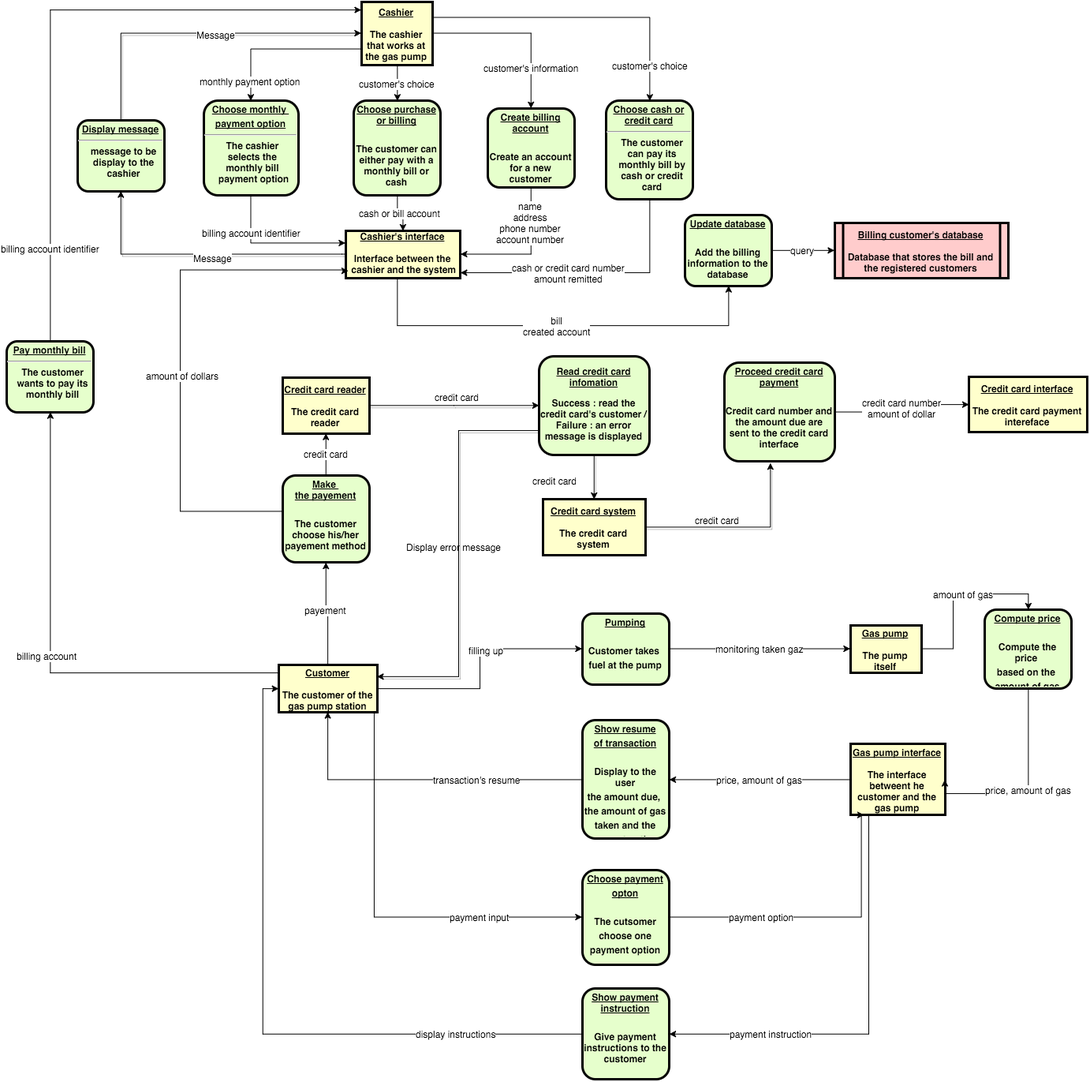
The draw.io diagram Assignment 1/data-flow-diagram.png in ahauet/LINGI2251_Development_Methods, before a commit. Source tidied: cells renumbered, new cells last; positions are measured from the earlier drawing's top-left corner, leaving out a move shared by most shapes.
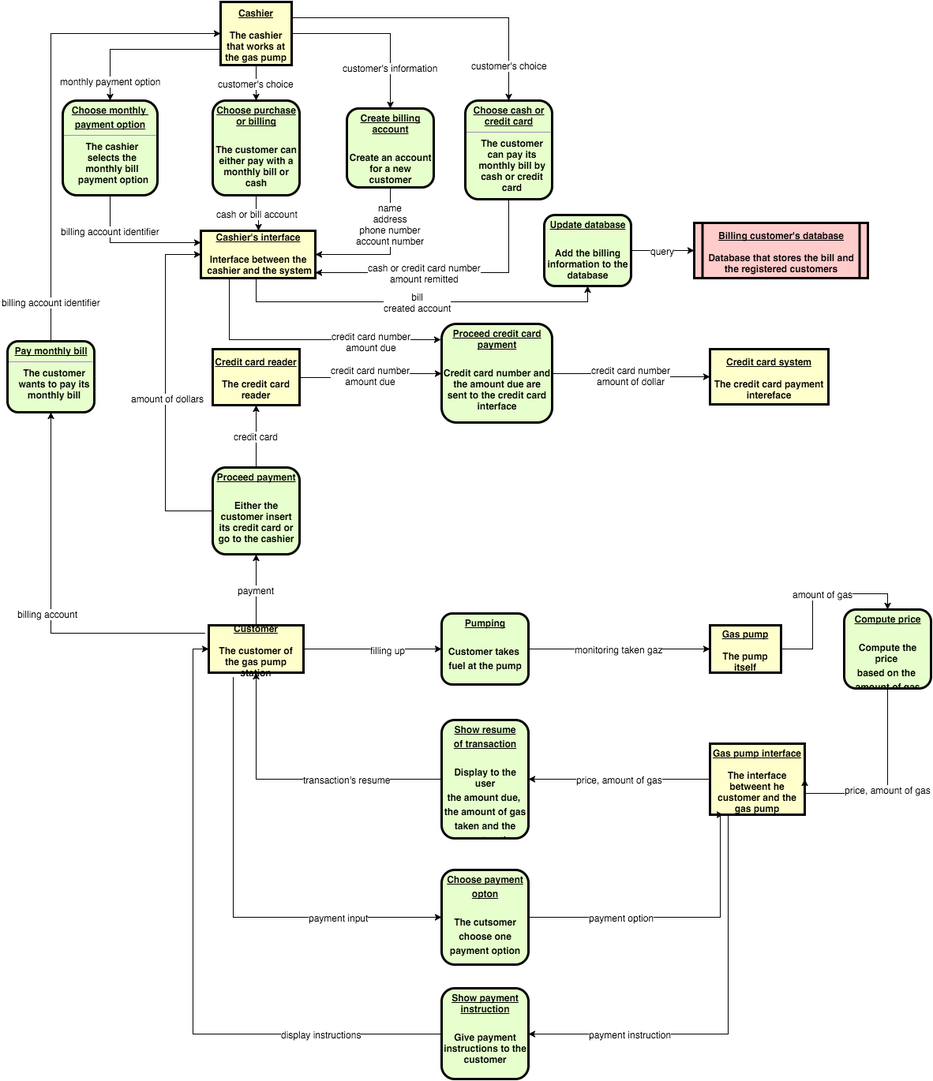
After the change.

What changed in the source:
```diff
@@ -17,11 +17,11 @@
         </Array>
       </mxGeometry>
     </mxCell>
-    <mxCell id="5" value="payement" style="edgeStyle=orthogonalEdgeStyle;rounded=0;html=1;exitX=0.5;exitY=0;entryX=0.5;entryY=1;jettySize=auto;fontSize=12;" parent="1" edge="1" source="6" target="35">
-      <mxGeometry x="0.09" relative="1" as="geometry" />
+    <mxCell id="5" value="payment" style="edgeStyle=orthogonalEdgeStyle;rounded=0;html=1;exitX=0.5;exitY=0;entryX=0.5;entryY=1;jettySize=auto;fontSize=12;" parent="1" edge="1" source="6" target="35">
+      <mxGeometry relative="1" as="geometry" />
     </mxCell>
     <mxCell id="6" value="&lt;u&gt;Customer&lt;/u&gt;&lt;div&gt;&lt;u&gt;&lt;br&gt;&lt;/u&gt;&lt;/div&gt;&lt;div&gt;The customer of the gas pump station&lt;/div&gt;" style="whiteSpace=wrap;align=center;verticalAlign=middle;fontStyle=1;strokeWidth=3;fillColor=#FFFFCC;html=1;" parent="1" vertex="1">
-      <mxGeometry x="345" y="840" width="125" height="60" as="geometry" />
+      <mxGeometry x="435" y="790" width="120" height="60" as="geometry" />
     </mxCell>
     <mxCell id="7" value="monitoring taken gaz" style="edgeStyle=orthogonalEdgeStyle;rounded=0;html=1;exitX=1;exitY=0.5;entryX=0;entryY=0.5;jettySize=auto;fontSize=12;" parent="1" edge="1" source="8" target="10">
       <mxGeometry relative="1" as="geometry" />
@@ -83,39 +83,34 @@
     <mxCell id="20" value="bill&lt;div&gt;created account&lt;/div&gt;" style="edgeStyle=orthogonalEdgeStyle;rounded=0;html=1;exitX=0.5;exitY=1;entryX=0.5;entryY=1;jettySize=auto;fontSize=12;" parent="1" edge="1" source="23" target="51">
       <mxGeometry relative="1" as="geometry">
         <Array as="points">
-          <mxPoint x="495" y="350" />
-          <mxPoint x="495" y="410" />
-          <mxPoint x="915" y="410" />
+          <mxPoint x="495" y="380" />
+          <mxPoint x="915" y="380" />
         </Array>
       </mxGeometry>
     </mxCell>
-    <mxCell id="21" style="edgeStyle=orthogonalEdgeStyle;rounded=0;html=1;exitX=0;exitY=0.25;entryX=0.5;entryY=1;shadow=1;jettySize=auto;" parent="1" edge="1" source="23" target="63">
-      <mxGeometry relative="1" as="geometry">
-        <Array as="points">
-          <mxPoint x="425" y="320" />
-          <mxPoint x="150" y="320" />
-        </Array>
-      </mxGeometry>
-    </mxCell>
-    <mxCell id="22" value="Message" style="text;html=1;align=center;verticalAlign=middle;labelBackgroundColor=#ffffff;" parent="21" vertex="1">
-      <mxGeometry x="-0.03" y="4" relative="1" as="geometry" />
-    </mxCell>
+    <mxCell id="72" style="edgeStyle=orthogonalEdgeStyle;rounded=0;html=1;exitX=0.25;exitY=1;entryX=-0.007;entryY=0.16;entryPerimeter=0;jettySize=auto;fontSize=12;" parent="1" edge="1" source="23" target="37">
+      <mxGeometry relative="1" as="geometry">
+        <Array as="points">
+          <mxPoint x="461" y="428" />
+        </Array>
+      </mxGeometry>
+    </mxCell>
+    <mxCell id="73" value="credit card number&lt;div&gt;amount due&lt;/div&gt;" style="text;html=1;align=center;verticalAlign=middle;labelBackgroundColor=#ffffff;" parent="72" vertex="1">
+      <mxGeometry y="-3" relative="1" as="geometry">
+        <mxPoint x="84" y="-1" as="offset" />
+      </mxGeometry>
+    </mxCell>
     <mxCell id="23" value="&lt;u&gt;Cashier's interface&lt;/u&gt;&lt;div&gt;&lt;br&gt;&lt;/div&gt;&lt;div&gt;Interface between the&lt;/div&gt;&lt;div&gt;&amp;nbsp;cashier and the system&lt;/div&gt;" style="verticalAlign=middle;align=center;overflow=fill;fontSize=12;fontFamily=Helvetica;html=1;rounded=0;fontStyle=1;strokeWidth=3;fillColor=#FFFFCC;fontColor=#000000;strokeColor=#000000;whiteSpace=wrap;" parent="1" vertex="1">
-      <mxGeometry x="430" y="290" width="145" height="60" as="geometry" />
+      <mxGeometry x="425" y="290" width="145" height="60" as="geometry" />
     </mxCell>
-    <mxCell id="24" style="edgeStyle=orthogonalEdgeStyle;rounded=0;html=1;exitX=1;exitY=0.5;shadow=1;jettySize=auto;" parent="1" edge="1" source="26" target="66">
-      <mxGeometry relative="1" as="geometry" />
-    </mxCell>
-    <mxCell id="25" value="credit card" style="text;html=1;align=center;verticalAlign=middle;labelBackgroundColor=#ffffff;" parent="24" vertex="1">
-      <mxGeometry x="0.01" y="-19" relative="1" as="geometry">
-        <mxPoint x="2" y="-30" as="offset" />
-      </mxGeometry>
-    </mxCell>
+    <mxCell id="74" value="credit card number&lt;div&gt;amount due&lt;/div&gt;" style="edgeStyle=orthogonalEdgeStyle;rounded=0;html=1;exitX=1;exitY=0.5;entryX=0;entryY=0.5;jettySize=auto;fontSize=12;" parent="1" edge="1" source="26" target="37">
+      <mxGeometry relative="1" as="geometry" />
+    </mxCell>
     <mxCell id="26" value="&lt;u&gt;Credit card reader&lt;/u&gt;&lt;div&gt;&lt;br&gt;&lt;/div&gt;&lt;div&gt;The credit card reader&lt;/div&gt;" style="whiteSpace=wrap;align=center;verticalAlign=middle;fontStyle=1;strokeWidth=3;fillColor=#FFFFCC;html=1;" parent="1" vertex="1">
-      <mxGeometry x="350" y="476" width="110" height="71" as="geometry" />
+      <mxGeometry x="440" y="440" width="110" height="71" as="geometry" />
     </mxCell>
-    <mxCell id="27" value="&lt;u&gt;Credit card interface&lt;/u&gt;&lt;div&gt;&lt;br&gt;&lt;/div&gt;&lt;div&gt;The credit card payment intereface&lt;/div&gt;" style="whiteSpace=wrap;align=center;verticalAlign=middle;fontStyle=1;strokeWidth=3;fillColor=#FFFFCC;html=1;" parent="1" vertex="1">
-      <mxGeometry x="1220" y="475" width="150" height="70" as="geometry" />
+    <mxCell id="27" value="&lt;u&gt;Credit card system&lt;/u&gt;&lt;div&gt;&lt;br&gt;&lt;/div&gt;&lt;div&gt;The credit card payment intereface&lt;/div&gt;" style="whiteSpace=wrap;align=center;verticalAlign=middle;fontStyle=1;strokeWidth=3;fillColor=#FFFFCC;html=1;" parent="1" vertex="1">
+      <mxGeometry x="1070" y="440" width="150" height="70" as="geometry" />
     </mxCell>
     <mxCell id="28" value="display instructions" style="edgeStyle=orthogonalEdgeStyle;rounded=0;html=1;exitX=0;exitY=0.5;entryX=0;entryY=0.5;jettySize=auto;fontSize=12;" parent="1" edge="1" source="29" target="6">
       <mxGeometry x="-0.63" relative="1" as="geometry" />
@@ -126,23 +121,20 @@
     <mxCell id="30" value="credit card" style="edgeStyle=orthogonalEdgeStyle;rounded=0;html=1;exitX=0.5;exitY=0;entryX=0.5;entryY=1;jettySize=auto;fontSize=12;" parent="1" edge="1" source="35" target="26">
       <mxGeometry relative="1" as="geometry" />
     </mxCell>
-    <mxCell id="31" style="edgeStyle=orthogonalEdgeStyle;rounded=0;html=1;exitX=0;exitY=0.5;jettySize=auto;fontSize=12;entryX=0.019;entryY=0.854;entryPerimeter=0;" parent="1" edge="1" source="35" target="23">
+    <mxCell id="31" style="edgeStyle=orthogonalEdgeStyle;rounded=0;html=1;exitX=0;exitY=0.5;entryX=0;entryY=0.5;jettySize=auto;fontSize=12;" parent="1" edge="1" source="35" target="23">
       <mxGeometry relative="1" as="geometry">
         <Array as="points">
-          <mxPoint x="220" y="645" />
-          <mxPoint x="220" y="340" />
-          <mxPoint x="428" y="340" />
+          <mxPoint x="380" y="645" />
+          <mxPoint x="380" y="320" />
         </Array>
       </mxGeometry>
     </mxCell>
     <mxCell id="32" value="amount of dollars" style="text;html=1;align=center;verticalAlign=middle;labelBackgroundColor=#ffffff;fontSize=12;" parent="31" vertex="1">
       <mxGeometry x="-0.05" y="-2" relative="1" as="geometry" />
     </mxCell>
-    <mxCell id="33" style="edgeStyle=orthogonalEdgeStyle;rounded=0;html=1;entryX=0.5;entryY=1;jettySize=auto;fontSize=12;exitX=0;exitY=0.25;" parent="1" edge="1" source="6" target="54">
+    <mxCell id="33" style="edgeStyle=orthogonalEdgeStyle;rounded=0;html=1;entryX=0.5;entryY=1;jettySize=auto;fontSize=12;" parent="1" edge="1" target="54">
       <mxGeometry relative="1" as="geometry">
-        <Array as="points">
-          <mxPoint x="55" y="850" />
-        </Array>
+        <mxPoint x="430" y="800" as="sourcePoint" />
       </mxGeometry>
     </mxCell>
     <mxCell id="34" value="billing account" style="text;html=1;align=center;verticalAlign=middle;labelBackgroundColor=#ffffff;" parent="33" vertex="1">
@@ -150,14 +142,14 @@
         <mxPoint x="-3" y="85" as="offset" />
       </mxGeometry>
     </mxCell>
-    <mxCell id="35" value="&lt;p style=&quot;margin: 0px ; margin-top: 4px ; text-align: center ; text-decoration: underline&quot;&gt;Make&amp;nbsp;&lt;br&gt;the payement&lt;/p&gt;&lt;p style=&quot;margin: 0px ; margin-top: 4px ; text-align: center ; text-decoration: underline&quot;&gt;&lt;br&gt;&lt;/p&gt;&lt;p style=&quot;margin: 4px 0px 0px ; text-align: center&quot;&gt;The customer choose his/her payement method&lt;/p&gt;" style="verticalAlign=middle;align=center;overflow=fill;fontSize=12;fontFamily=Helvetica;html=1;rounded=1;fontStyle=1;strokeWidth=3;fillColor=#E6FFCC;whiteSpace=wrap;" parent="1" vertex="1">
-      <mxGeometry x="350" y="600" width="110" height="110" as="geometry" />
+    <mxCell id="35" value="&lt;p style=&quot;margin: 0px ; margin-top: 4px ; text-align: center ; text-decoration: underline&quot;&gt;Proceed payment&lt;/p&gt;&lt;p style=&quot;margin: 0px ; margin-top: 4px ; text-align: center ; text-decoration: underline&quot;&gt;&lt;br&gt;&lt;/p&gt;&lt;p style=&quot;margin: 4px 0px 0px ; text-align: center&quot;&gt;Either the customer insert its credit card or go to the cashier&lt;/p&gt;" style="verticalAlign=middle;align=center;overflow=fill;fontSize=12;fontFamily=Helvetica;html=1;rounded=1;fontStyle=1;strokeWidth=3;fillColor=#E6FFCC;whiteSpace=wrap;" parent="1" vertex="1">
+      <mxGeometry x="440" y="590" width="110" height="110" as="geometry" />
     </mxCell>
     <mxCell id="36" value="credit card number&lt;div&gt;amount of dollar&lt;/div&gt;" style="edgeStyle=orthogonalEdgeStyle;rounded=0;html=1;exitX=1;exitY=0.5;entryX=0;entryY=0.5;jettySize=auto;fontSize=12;" parent="1" edge="1" source="37" target="27">
       <mxGeometry relative="1" as="geometry" />
     </mxCell>
     <mxCell id="37" value="&lt;p style=&quot;margin: 0px ; margin-top: 4px ; text-align: center ; text-decoration: underline&quot;&gt;Proceed credit card payment&lt;/p&gt;&lt;p style=&quot;margin: 0px ; margin-top: 4px ; text-align: center ; text-decoration: underline&quot;&gt;&lt;br&gt;&lt;/p&gt;&lt;p style=&quot;margin: 4px 0px 0px ; text-align: center&quot;&gt;Credit card number and the amount due are sent to the credit card interface&lt;/p&gt;" style="verticalAlign=middle;align=center;overflow=fill;fontSize=12;fontFamily=Helvetica;html=1;rounded=1;fontStyle=1;strokeWidth=3;fillColor=#E6FFCC;whiteSpace=wrap;" parent="1" vertex="1">
-      <mxGeometry x="910" y="457" width="140" height="125" as="geometry" />
+      <mxGeometry x="730" y="408" width="140" height="125" as="geometry" />
     </mxCell>
     <mxCell id="38" value="customer's choice" style="edgeStyle=orthogonalEdgeStyle;rounded=0;html=1;exitX=0.5;exitY=1;entryX=0.5;entryY=0;jettySize=auto;fontSize=12;" parent="1" edge="1" source="44" target="46">
       <mxGeometry relative="1" as="geometry" />
@@ -211,14 +203,8 @@
     <mxCell id="51" value="&lt;p style=&quot;margin: 0px ; margin-top: 4px ; text-align: center ; text-decoration: underline&quot;&gt;Update database&lt;/p&gt;&lt;p style=&quot;margin: 0px ; margin-top: 4px ; text-align: center ; text-decoration: underline&quot;&gt;&lt;br&gt;&lt;/p&gt;&lt;p style=&quot;margin: 4px 0px 0px ; text-align: center&quot;&gt;Add the billing information to the database&lt;/p&gt;" style="verticalAlign=middle;align=center;overflow=fill;fontSize=12;fontFamily=Helvetica;html=1;rounded=1;fontStyle=1;strokeWidth=3;fillColor=#E6FFCC;whiteSpace=wrap;" parent="1" vertex="1">
       <mxGeometry x="860" y="270" width="110" height="90" as="geometry" />
     </mxCell>
-    <mxCell id="52" style="edgeStyle=orthogonalEdgeStyle;rounded=0;html=1;exitX=0.5;exitY=0;jettySize=auto;fontSize=12;" parent="1" edge="1" source="54">
-      <mxGeometry relative="1" as="geometry">
-        <mxPoint x="450" y="10" as="targetPoint" />
-        <Array as="points">
-          <mxPoint x="55" y="10" />
-          <mxPoint x="450" y="10" />
-        </Array>
-      </mxGeometry>
+    <mxCell id="52" style="edgeStyle=orthogonalEdgeStyle;rounded=0;html=1;exitX=0.5;exitY=0;entryX=0;entryY=0.5;jettySize=auto;fontSize=12;" parent="1" edge="1" source="54" target="44">
+      <mxGeometry relative="1" as="geometry" />
     </mxCell>
     <mxCell id="53" value="billing account identifier" style="text;html=1;align=center;verticalAlign=middle;labelBackgroundColor=#ffffff;" parent="52" vertex="1">
       <mxGeometry x="-0.35" y="-4" relative="1" as="geometry">
@@ -226,7 +212,7 @@
       </mxGeometry>
     </mxCell>
     <mxCell id="54" value="&lt;p style=&quot;margin: 0px ; margin-top: 4px ; text-align: center ; text-decoration: underline&quot;&gt;&lt;strong&gt;Pay monthly bill&lt;br&gt;&lt;/strong&gt;&lt;/p&gt;&lt;hr&gt;&lt;p style=&quot;margin: 0px ; margin-left: 8px&quot;&gt;The customer wants to pay its monthly bill&lt;/p&gt;" style="verticalAlign=middle;align=center;overflow=fill;fontSize=12;fontFamily=Helvetica;html=1;rounded=1;fontStyle=1;strokeWidth=3;fillColor=#E6FFCC;whiteSpace=wrap;" parent="1" vertex="1">
-      <mxGeometry y="430" width="110" height="90" as="geometry" />
+      <mxGeometry x="180" y="430" width="110" height="90" as="geometry" />
     </mxCell>
     <mxCell id="55" style="edgeStyle=orthogonalEdgeStyle;rounded=0;html=1;exitX=0.5;exitY=1;entryX=0;entryY=0.25;jettySize=auto;fontSize=12;" parent="1" edge="1" source="57" target="23">
       <mxGeometry relative="1" as="geometry" />
@@ -248,46 +234,5 @@
     <mxCell id="60" value="&lt;p style=&quot;margin: 0px ; margin-top: 4px ; text-align: center ; text-decoration: underline&quot;&gt;&lt;strong&gt;Choose cash or credit card&lt;br&gt;&lt;/strong&gt;&lt;/p&gt;&lt;hr&gt;&lt;p style=&quot;margin: 0px ; margin-left: 8px&quot;&gt;The customer can pay its monthly bill by cash or credit card&lt;/p&gt;" style="verticalAlign=middle;align=center;overflow=fill;fontSize=12;fontFamily=Helvetica;html=1;rounded=1;fontStyle=1;strokeWidth=3;fillColor=#E6FFCC;whiteSpace=wrap;" parent="1" vertex="1">
       <mxGeometry x="760" y="125" width="110" height="125" as="geometry" />
     </mxCell>
-    <mxCell id="61" style="edgeStyle=orthogonalEdgeStyle;rounded=0;html=1;exitX=0.5;exitY=0;shadow=1;jettySize=auto;" parent="1" edge="1" source="63">
-      <mxGeometry relative="1" as="geometry">
-        <mxPoint x="450" y="40" as="targetPoint" />
-        <Array as="points">
-          <mxPoint x="145" y="40" />
-          <mxPoint x="450" y="40" />
-        </Array>
-      </mxGeometry>
-    </mxCell>
-    <mxCell id="62" value="Message" style="text;html=1;align=center;verticalAlign=middle;labelBackgroundColor=#ffffff;" parent="61" vertex="1">
-      <mxGeometry x="0.11" y="-1" relative="1" as="geometry" />
-    </mxCell>
-    <mxCell id="63" value="&lt;p style=&quot;margin: 0px ; margin-top: 4px ; text-align: center ; text-decoration: underline&quot;&gt;Display message&lt;/p&gt;&lt;hr&gt;&lt;p style=&quot;margin: 0px ; margin-left: 8px&quot;&gt;message to be display to the cashier&lt;/p&gt;" style="verticalAlign=middle;align=center;overflow=fill;fontSize=12;fontFamily=Helvetica;html=1;rounded=1;fontStyle=1;strokeWidth=3;fillColor=#E6FFCC;whiteSpace=wrap;" parent="1" vertex="1">
-      <mxGeometry x="90" y="150" width="110" height="90" as="geometry" />
-    </mxCell>
-    <mxCell id="64" style="edgeStyle=orthogonalEdgeStyle;rounded=0;html=1;exitX=0.5;exitY=1;entryX=0.5;entryY=0;shadow=1;jettySize=auto;" parent="1" edge="1" source="66" target="69">
-      <mxGeometry relative="1" as="geometry" />
-    </mxCell>
-    <mxCell id="65" style="edgeStyle=orthogonalEdgeStyle;rounded=0;html=1;exitX=0;exitY=0.75;entryX=1;entryY=0.25;shadow=1;jettySize=auto;" parent="1" edge="1" source="66" target="6">
-      <mxGeometry relative="1" as="geometry" />
-    </mxCell>
-    <mxCell id="66" value="&lt;p&gt;&lt;u&gt;Read credit card infomation&lt;/u&gt;&lt;/p&gt;&lt;p&gt;Success : read the credit card's customer / Failure : an error message&amp;nbsp;is displayed&lt;/p&gt;" style="verticalAlign=middle;align=center;overflow=fill;fontSize=12;fontFamily=Helvetica;html=1;rounded=1;fontStyle=1;strokeWidth=3;fillColor=#E6FFCC;whiteSpace=wrap;" parent="1" vertex="1">
-      <mxGeometry x="675" y="449" width="140" height="125" as="geometry" />
-    </mxCell>
-    <mxCell id="67" style="edgeStyle=orthogonalEdgeStyle;rounded=0;html=1;exitX=1;exitY=0.5;entryX=0.414;entryY=1.022;entryPerimeter=0;shadow=1;jettySize=auto;" parent="1" edge="1" source="69" target="37">
-      <mxGeometry relative="1" as="geometry" />
-    </mxCell>
-    <mxCell id="68" value="credit card" style="text;html=1;align=center;verticalAlign=middle;labelBackgroundColor=#ffffff;" parent="67" vertex="1">
-      <mxGeometry x="-0.01" y="3" relative="1" as="geometry">
-        <mxPoint x="-28" y="-7" as="offset" />
-      </mxGeometry>
-    </mxCell>
-    <mxCell id="69" value="&lt;u&gt;Credit card system&lt;/u&gt;&lt;div&gt;&lt;br&gt;&lt;/div&gt;&lt;div&gt;The credit card system&lt;/div&gt;" style="whiteSpace=wrap;align=center;verticalAlign=middle;fontStyle=1;strokeWidth=3;fillColor=#FFFFCC;html=1;" parent="1" vertex="1">
-      <mxGeometry x="680" y="630" width="130" height="71" as="geometry" />
-    </mxCell>
-    <mxCell id="70" value="credit card&lt;div&gt;&lt;div&gt;&lt;br&gt;&lt;/div&gt;&lt;/div&gt;" style="text;html=1;align=left;verticalAlign=top;spacingTop=-4;" parent="1" vertex="1">
-      <mxGeometry x="665" y="600" width="70" height="30" as="geometry" />
-    </mxCell>
-    <mxCell id="71" value="Display error message&lt;div&gt;&lt;br&gt;&lt;/div&gt;" style="text;html=1;align=left;verticalAlign=top;spacingTop=-4;" parent="1" vertex="1">
-      <mxGeometry x="505" y="684" width="140" height="30" as="geometry" />
-    </mxCell>
   </root>
 </mxGraphModel>
```
